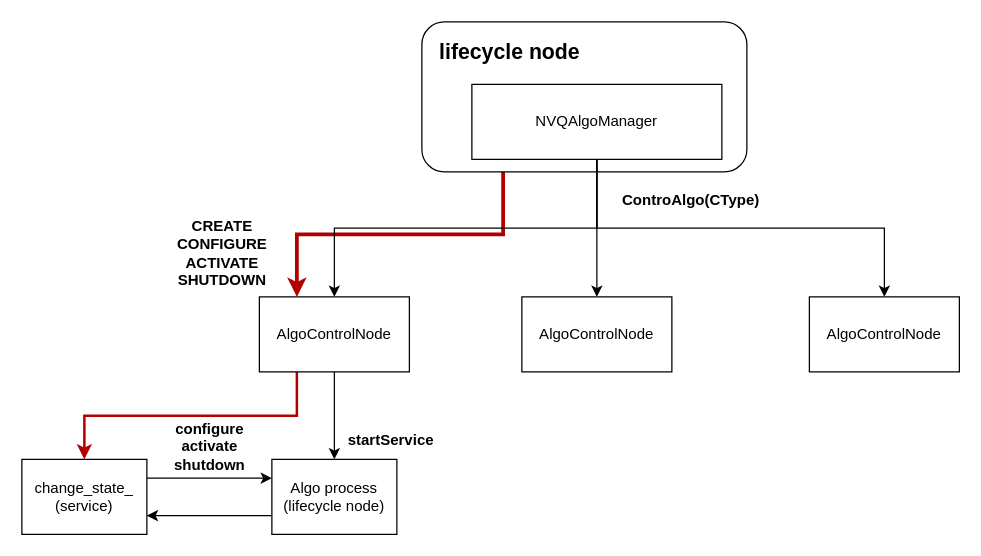
Earlier version of the draw.io diagram nvq_algo_manager架构图.drawio (Jev0987/drawioFile). Source tidied: cells renumbered, new cells numbered last; positions are measured from the earlier drawing's top-left corner, leaving out a move shared by most shapes. Both pictures are drawn from the tidied source at 125%, with x=0, y=0 at pixel (21, 21).
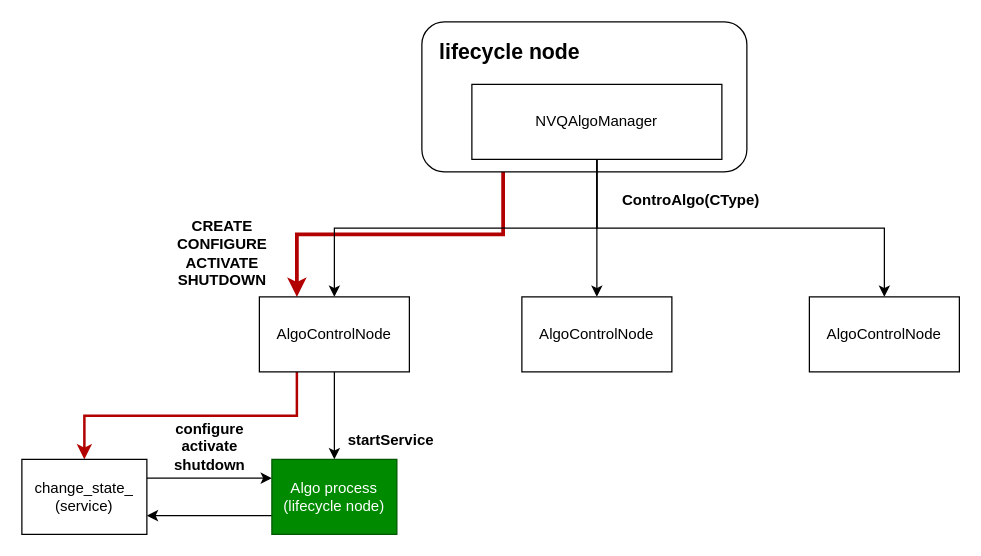
The same page after the edit.

Commit message (it also covers changes not shown here):
更新nvq_algo_manager架构图.drawio

The edit, as a diff of the source:
```diff
@@
-    <mxCell id="18" value="Algo process&lt;div&gt;(lifecycle node)&lt;/div&gt;" style="rounded=0;whiteSpace=wrap;html=1;" parent="1" vertex="1">
+    <mxCell id="18" value="Algo process&lt;div&gt;(lifecycle node)&lt;/div&gt;" style="rounded=0;whiteSpace=wrap;html=1;fillColor=#008a00;fontColor=#ffffff;strokeColor=#005700;" parent="1" vertex="1">
       <mxGeometry x="200" y="350" width="100" height="60" as="geometry" />
     </mxCell>
```
